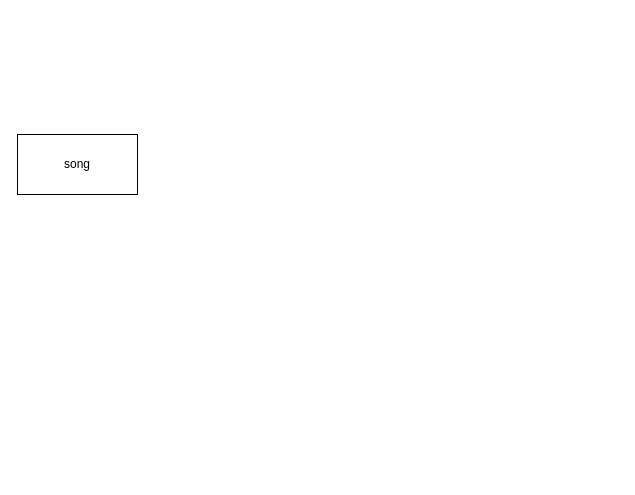
The draw.io diagram m165-jukebox.drawio in jzelAdmin2006/m165-jukebox, before the edit. Source tidied: cells renumbered, new cells numbered last; positions are measured from the earlier drawing's top-left corner, leaving out a move shared by most shapes. Both pictures are drawn from the tidied source at 100%, with x=0, y=0 at pixel (17, 134).
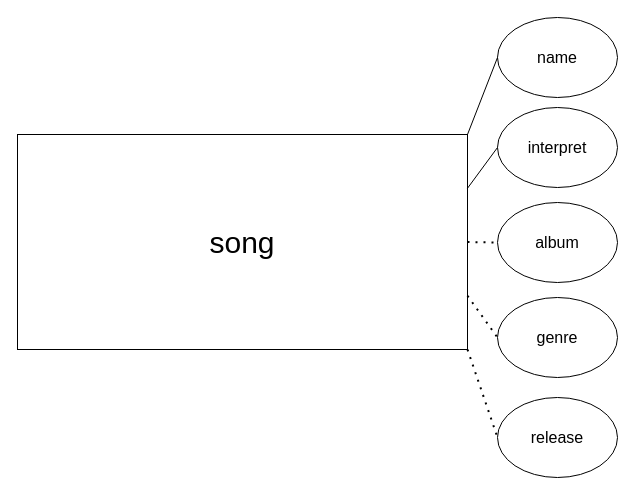
The same diagram, later.

What changed in the source:
```diff
@@
 <mxGraphModel>
   <root>
     <mxCell id="0" />
     <mxCell id="1" parent="0" />
-    <mxCell id="2" value="song" style="rounded=0;whiteSpace=wrap;html=1;" parent="1" vertex="1">
-      <mxGeometry width="120" height="60" as="geometry" />
+    <mxCell id="2" value="&lt;font style=&quot;font-size: 30px;&quot;&gt;song&lt;/font&gt;" style="rounded=0;whiteSpace=wrap;html=1;" parent="1" vertex="1">
+      <mxGeometry width="450" height="215" as="geometry" />
     </mxCell>
+    <mxCell id="3" value="interpret" style="ellipse;whiteSpace=wrap;html=1;fontSize=16;" parent="1" vertex="1">
+      <mxGeometry x="480" y="-27" width="120" height="80" as="geometry" />
+    </mxCell>
+    <mxCell id="4" value="album" style="ellipse;whiteSpace=wrap;html=1;fontSize=16;" parent="1" vertex="1">
+      <mxGeometry x="480" y="68" width="120" height="80" as="geometry" />
+    </mxCell>
+    <mxCell id="5" value="genre" style="ellipse;whiteSpace=wrap;html=1;fontSize=16;" parent="1" vertex="1">
+      <mxGeometry x="480" y="163" width="120" height="80" as="geometry" />
+    </mxCell>
+    <mxCell id="6" value="release" style="ellipse;whiteSpace=wrap;html=1;fontSize=16;" parent="1" vertex="1">
+      <mxGeometry x="480" y="263" width="120" height="80" as="geometry" />
+    </mxCell>
+    <mxCell id="7" value="name" style="ellipse;whiteSpace=wrap;html=1;fontSize=16;" parent="1" vertex="1">
+      <mxGeometry x="480" y="-117" width="120" height="80" as="geometry" />
+    </mxCell>
+    <mxCell id="8" style="endArrow=none;dashed=1;html=1;dashPattern=1 3;strokeWidth=2;rounded=0;fontSize=16;entryX=0;entryY=0.5;entryDx=0;entryDy=0;exitX=1;exitY=0.5;exitDx=0;exitDy=0;" parent="1" edge="1" source="2" target="4">
+      <mxGeometry relative="1" as="geometry" />
+    </mxCell>
+    <mxCell id="9" style="endArrow=none;html=1;rounded=0;fontSize=16;entryX=0;entryY=0.5;entryDx=0;entryDy=0;exitX=1;exitY=0.25;exitDx=0;exitDy=0;" parent="1" edge="1" source="2" target="3">
+      <mxGeometry relative="1" as="geometry" />
+    </mxCell>
+    <mxCell id="10" style="endArrow=none;html=1;rounded=0;fontSize=16;entryX=0;entryY=0.5;entryDx=0;entryDy=0;exitX=1;exitY=0;exitDx=0;exitDy=0;" parent="1" edge="1" source="2" target="7">
+      <mxGeometry relative="1" as="geometry" />
+    </mxCell>
+    <mxCell id="11" style="endArrow=none;dashed=1;html=1;dashPattern=1 3;strokeWidth=2;rounded=0;fontSize=16;entryX=0;entryY=0.5;entryDx=0;entryDy=0;exitX=1;exitY=0.75;exitDx=0;exitDy=0;" parent="1" edge="1" source="2" target="5">
+      <mxGeometry relative="1" as="geometry" />
+    </mxCell>
+    <mxCell id="12" style="endArrow=none;dashed=1;html=1;dashPattern=1 3;strokeWidth=2;rounded=0;fontSize=16;entryX=0;entryY=0.5;entryDx=0;entryDy=0;exitX=1;exitY=1;exitDx=0;exitDy=0;" parent="1" edge="1" source="2" target="6">
+      <mxGeometry relative="1" as="geometry" />
+    </mxCell>
   </root>
 </mxGraphModel>
```
